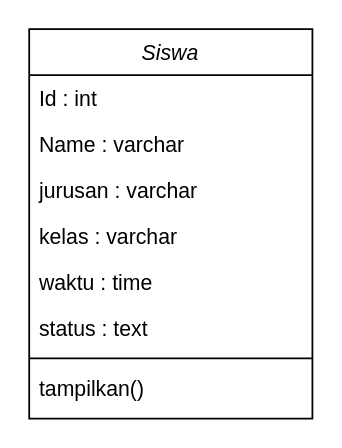
Before: classdiagram-facepresensi.drawio in ditanursabila/face-presensi, a draw.io diagram. Source tidied: cells renumbered, new cells numbered last; positions are measured from the earlier drawing's top-left corner, leaving out a move shared by most shapes. Both pictures are drawn from the tidied source at 177%, with x=0, y=0 at pixel (28, 28).
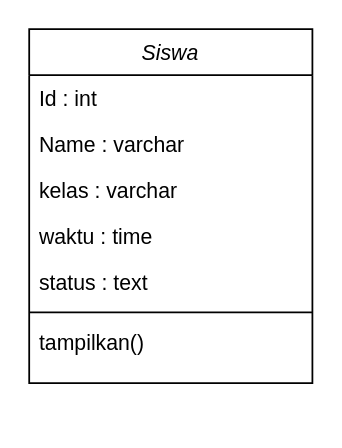
After the change.

What changed in the source:
```diff
@@
 <mxGraphModel>
   <root>
     <mxCell id="0" />
     <mxCell id="1" parent="0" />
     <mxCell id="2" value="Siswa" style="swimlane;fontStyle=2;align=center;verticalAlign=top;horizontal=1;startSize=26;rounded=0;shadow=0;strokeWidth=1;" parent="1" vertex="1">
-      <mxGeometry width="160" height="220" as="geometry" />
+      <mxGeometry width="160" height="200" as="geometry" />
     </mxCell>
     <mxCell id="3" value="Id : int " style="text;align=left;verticalAlign=top;spacingLeft=4;spacingRight=4;overflow=hidden;" parent="2" vertex="1">
       <mxGeometry y="26" width="160" height="26" as="geometry" />
     </mxCell>
     <mxCell id="4" value="Name : varchar" style="text;align=left;verticalAlign=top;spacingLeft=4;spacingRight=4;overflow=hidden;rounded=0;shadow=0;html=0;" parent="2" vertex="1">
       <mxGeometry y="52" width="160" height="26" as="geometry" />
     </mxCell>
-    <mxCell id="5" value="jurusan : varchar" style="text;align=left;verticalAlign=top;spacingLeft=4;spacingRight=4;overflow=hidden;rounded=0;shadow=0;html=0;" parent="2" vertex="1">
-      <mxGeometry y="78" width="160" height="26" as="geometry" />
-    </mxCell>
     <mxCell id="6" value="kelas : varchar" style="text;align=left;verticalAlign=top;spacingLeft=4;spacingRight=4;overflow=hidden;rounded=0;shadow=0;html=0;" parent="2" vertex="1">
-      <mxGeometry y="104" width="160" height="26" as="geometry" />
+      <mxGeometry y="78" width="160" height="26" as="geometry" />
     </mxCell>
     <mxCell id="7" value="waktu : time" style="text;align=left;verticalAlign=top;spacingLeft=4;spacingRight=4;overflow=hidden;rounded=0;shadow=0;html=0;" parent="2" vertex="1">
-      <mxGeometry y="130" width="160" height="26" as="geometry" />
+      <mxGeometry y="104" width="160" height="26" as="geometry" />
     </mxCell>
     <mxCell id="8" value="status : text" style="text;align=left;verticalAlign=top;spacingLeft=4;spacingRight=4;overflow=hidden;rounded=0;shadow=0;html=0;" parent="2" vertex="1">
-      <mxGeometry y="156" width="160" height="26" as="geometry" />
+      <mxGeometry y="130" width="160" height="26" as="geometry" />
     </mxCell>
     <mxCell id="9" style="line;html=1;strokeWidth=1;align=left;verticalAlign=middle;spacingTop=-1;spacingLeft=3;spacingRight=3;labelPosition=right;" parent="2" vertex="1">
-      <mxGeometry y="182" width="160" height="8" as="geometry" />
+      <mxGeometry y="156" width="160" height="8" as="geometry" />
     </mxCell>
     <mxCell id="10" value="tampilkan()" style="text;align=left;verticalAlign=top;spacingLeft=4;spacingRight=4;overflow=hidden;" parent="2" vertex="1">
-      <mxGeometry y="190" width="160" height="26" as="geometry" />
+      <mxGeometry y="164" width="160" height="26" as="geometry" />
     </mxCell>
   </root>
 </mxGraphModel>
```
